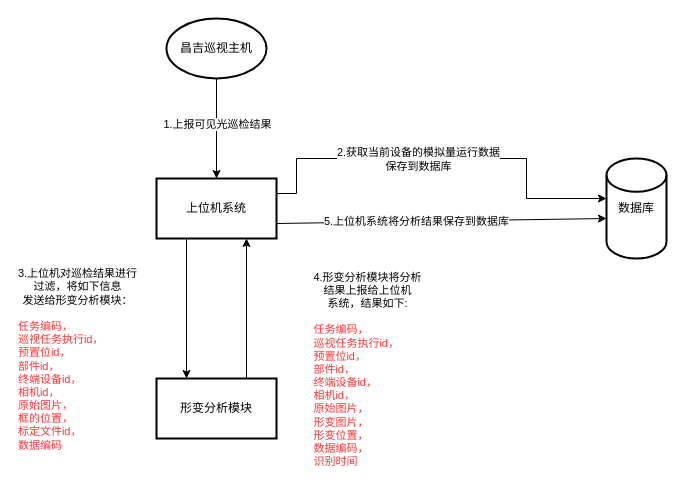
This is 昌吉形变分析流程.drawio from wangyufei0807/draw, a draw.io file, before an edit. Source tidied: cells renumbered, new cells numbered last; positions are measured from the earlier drawing's top-left corner, leaving out a move shared by most shapes. Both pictures are drawn from the tidied source at 100%, with x=0, y=0 at pixel (156, 18).
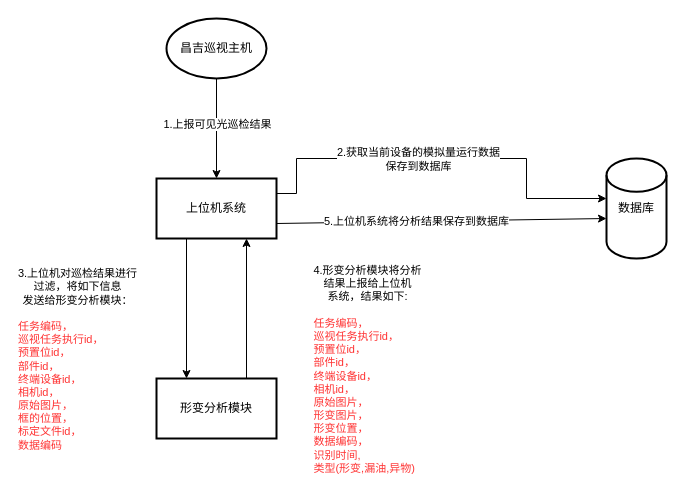
Above is the later version.

Commit message:
Update 昌吉形变分析流程.drawio

The change refers to these unchanged cells:
```xml
<mxCell id="12" style="edgeStyle=orthogonalEdgeStyle;rounded=0;jettySize=auto;html=1;exitX=0.75;exitY=0;exitDx=0;exitDy=0;entryX=0.75;entryY=1;entryDx=0;entryDy=0;" parent="1" edge="1" source="14" target="11">
  <mxGeometry relative="1" as="geometry" />
</mxCell>
```

Diff of the diagram source:
```diff
@@
-    <mxCell id="13" value="4.形变分析模块将分析&lt;br&gt;结果上报给上位机&lt;br&gt;系统，结果如下:&lt;br&gt;&lt;br&gt;&lt;span style=&quot;color: rgb(255 , 51 , 51)&quot;&gt;&lt;div style=&quot;text-align: left&quot;&gt;任务编码，&lt;/div&gt;&lt;div style=&quot;text-align: left&quot;&gt;巡视任务执行id，&lt;/div&gt;&lt;/span&gt;&lt;span style=&quot;color: rgb(255 , 51 , 51)&quot;&gt;&lt;div style=&quot;text-align: left&quot;&gt;预置位id，&lt;/div&gt;&lt;div style=&quot;text-align: left&quot;&gt;部件id，&lt;/div&gt;&lt;/span&gt;&lt;span style=&quot;color: rgb(255 , 51 , 51)&quot;&gt;&lt;div style=&quot;text-align: left&quot;&gt;终端设备id，&lt;/div&gt;&lt;/span&gt;&lt;span style=&quot;color: rgb(255 , 51 , 51)&quot;&gt;&lt;div style=&quot;text-align: left&quot;&gt;相机id，&lt;/div&gt;&lt;div style=&quot;text-align: left&quot;&gt;原始图片，&lt;/div&gt;&lt;div style=&quot;text-align: left&quot;&gt;形变图片，&lt;/div&gt;&lt;/span&gt;&lt;span style=&quot;color: rgb(255 , 51 , 51)&quot;&gt;&lt;div style=&quot;text-align: left&quot;&gt;形变位置，&lt;/div&gt;&lt;/span&gt;&lt;span style=&quot;color: rgb(255 , 51 , 51)&quot;&gt;&lt;div style=&quot;text-align: left&quot;&gt;数据编码，&lt;/div&gt;&lt;div style=&quot;text-align: left&quot;&gt;识别时间&lt;/div&gt;&lt;/span&gt;" style="edgeLabel;html=1;align=center;verticalAlign=middle;" parent="12" vertex="1">
+    <mxCell id="13" value="4.形变分析模块将分析&lt;br&gt;结果上报给上位机&lt;br&gt;系统，结果如下:&lt;br&gt;&lt;br&gt;&lt;span style=&quot;color: rgb(255 , 51 , 51)&quot;&gt;&lt;div style=&quot;text-align: left&quot;&gt;任务编码，&lt;/div&gt;&lt;div style=&quot;text-align: left&quot;&gt;巡视任务执行id，&lt;/div&gt;&lt;/span&gt;&lt;span style=&quot;color: rgb(255 , 51 , 51)&quot;&gt;&lt;div style=&quot;text-align: left&quot;&gt;预置位id，&lt;/div&gt;&lt;div style=&quot;text-align: left&quot;&gt;部件id，&lt;/div&gt;&lt;/span&gt;&lt;span style=&quot;color: rgb(255 , 51 , 51)&quot;&gt;&lt;div style=&quot;text-align: left&quot;&gt;终端设备id，&lt;/div&gt;&lt;/span&gt;&lt;span style=&quot;color: rgb(255 , 51 , 51)&quot;&gt;&lt;div style=&quot;text-align: left&quot;&gt;相机id，&lt;/div&gt;&lt;div style=&quot;text-align: left&quot;&gt;原始图片，&lt;/div&gt;&lt;div style=&quot;text-align: left&quot;&gt;形变图片，&lt;/div&gt;&lt;/span&gt;&lt;span style=&quot;color: rgb(255 , 51 , 51)&quot;&gt;&lt;div style=&quot;text-align: left&quot;&gt;形变位置，&lt;/div&gt;&lt;/span&gt;&lt;span style=&quot;color: rgb(255 , 51 , 51)&quot;&gt;&lt;div style=&quot;text-align: left&quot;&gt;数据编码，&lt;/div&gt;&lt;div style=&quot;text-align: left&quot;&gt;识别时间,&lt;/div&gt;&lt;div style=&quot;text-align: left&quot;&gt;类型(形变,漏油,异物)&lt;/div&gt;&lt;/span&gt;" style="edgeLabel;html=1;align=center;verticalAlign=middle;" parent="12" vertex="1">
       <mxGeometry x="0.03" relative="1" as="geometry">
         <mxPoint x="120" y="62" as="offset" />
       </mxGeometry>
     </mxCell>
```
